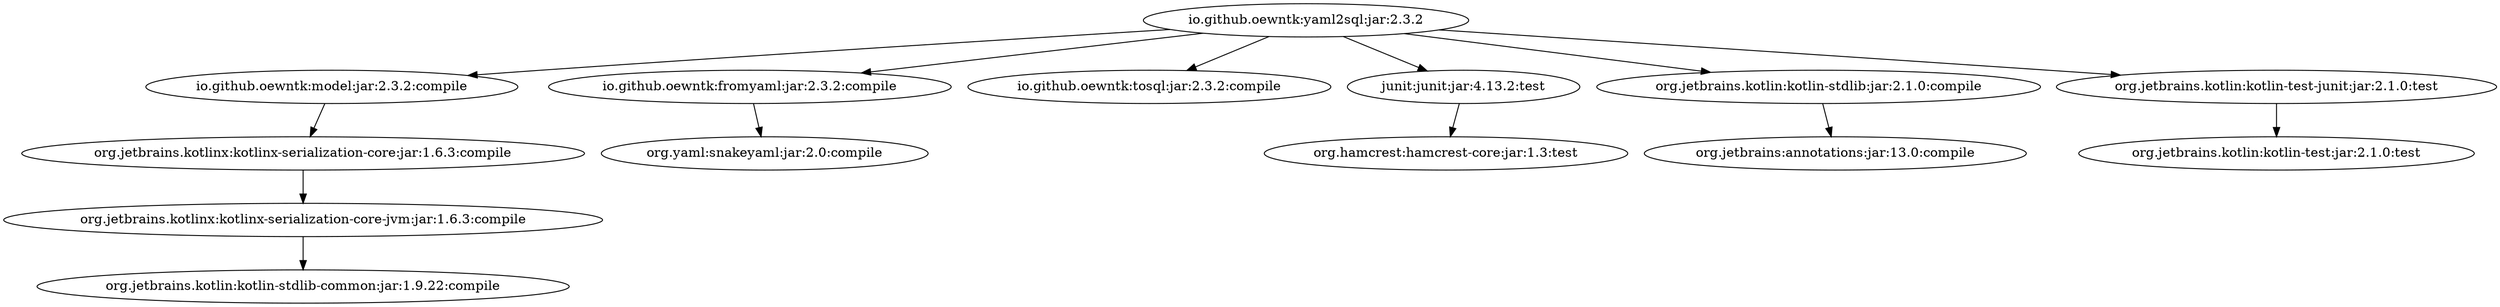
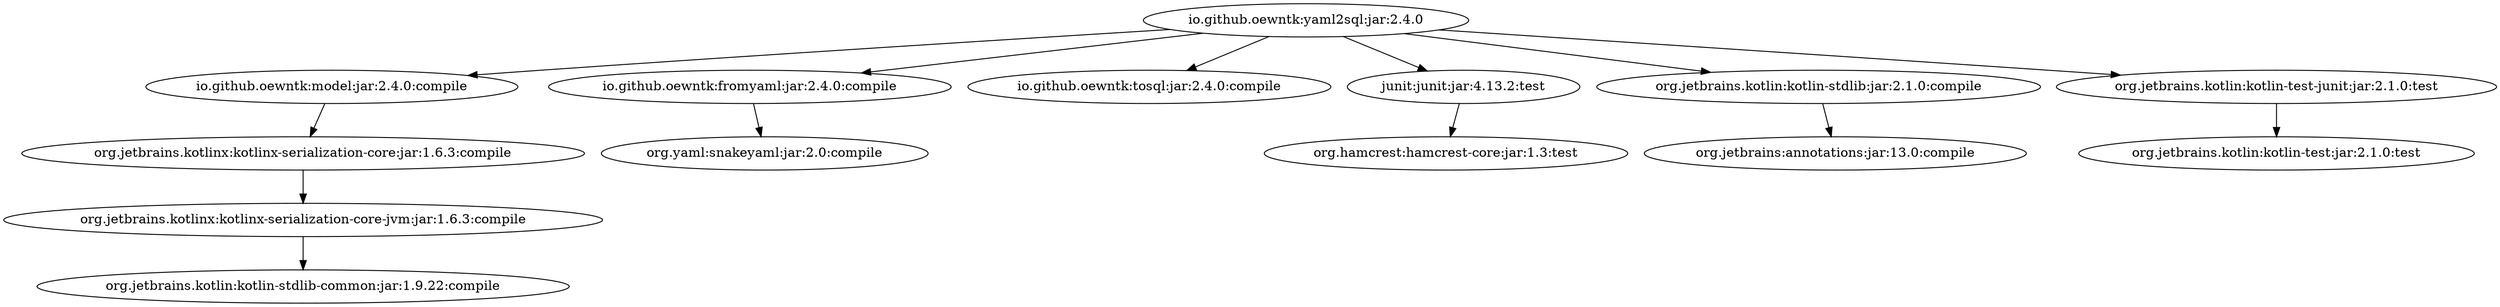
- digraph "io.github.oewntk:yaml2sql:jar:2.3.2" {
- 	"io.github.oewntk:yaml2sql:jar:2.3.2" -> "io.github.oewntk:model:jar:2.3.2:compile" ;
- 	"io.github.oewntk:yaml2sql:jar:2.3.2" -> "io.github.oewntk:fromyaml:jar:2.3.2:compile" ;
- 	"io.github.oewntk:yaml2sql:jar:2.3.2" -> "io.github.oewntk:tosql:jar:2.3.2:compile" ;
- 	"io.github.oewntk:yaml2sql:jar:2.3.2" -> "junit:junit:jar:4.13.2:test" ;
- 	"io.github.oewntk:yaml2sql:jar:2.3.2" -> "org.jetbrains.kotlin:kotlin-stdlib:jar:2.1.0:compile" ;
- 	"io.github.oewntk:yaml2sql:jar:2.3.2" -> "org.jetbrains.kotlin:kotlin-test-junit:jar:2.1.0:test" ;
- 	"io.github.oewntk:model:jar:2.3.2:compile" -> "org.jetbrains.kotlinx:kotlinx-serialization-core:jar:1.6.3:compile" ;
+ digraph "io.github.oewntk:yaml2sql:jar:2.4.0" {
+ 	"io.github.oewntk:yaml2sql:jar:2.4.0" -> "io.github.oewntk:model:jar:2.4.0:compile" ;
+ 	"io.github.oewntk:yaml2sql:jar:2.4.0" -> "io.github.oewntk:fromyaml:jar:2.4.0:compile" ;
+ 	"io.github.oewntk:yaml2sql:jar:2.4.0" -> "io.github.oewntk:tosql:jar:2.4.0:compile" ;
+ 	"io.github.oewntk:yaml2sql:jar:2.4.0" -> "junit:junit:jar:4.13.2:test" ;
+ 	"io.github.oewntk:yaml2sql:jar:2.4.0" -> "org.jetbrains.kotlin:kotlin-stdlib:jar:2.1.0:compile" ;
+ 	"io.github.oewntk:yaml2sql:jar:2.4.0" -> "org.jetbrains.kotlin:kotlin-test-junit:jar:2.1.0:test" ;
+ 	"io.github.oewntk:model:jar:2.4.0:compile" -> "org.jetbrains.kotlinx:kotlinx-serialization-core:jar:1.6.3:compile" ;
	"org.jetbrains.kotlinx:kotlinx-serialization-core:jar:1.6.3:compile" -> "org.jetbrains.kotlinx:kotlinx-serialization-core-jvm:jar:1.6.3:compile" ;
	"org.jetbrains.kotlinx:kotlinx-serialization-core-jvm:jar:1.6.3:compile" -> "org.jetbrains.kotlin:kotlin-stdlib-common:jar:1.9.22:compile" ;
- 	"io.github.oewntk:fromyaml:jar:2.3.2:compile" -> "org.yaml:snakeyaml:jar:2.0:compile" ;
+ 	"io.github.oewntk:fromyaml:jar:2.4.0:compile" -> "org.yaml:snakeyaml:jar:2.0:compile" ;
	"junit:junit:jar:4.13.2:test" -> "org.hamcrest:hamcrest-core:jar:1.3:test" ;
	"org.jetbrains.kotlin:kotlin-stdlib:jar:2.1.0:compile" -> "org.jetbrains:annotations:jar:13.0:compile" ;
	"org.jetbrains.kotlin:kotlin-test-junit:jar:2.1.0:test" -> "org.jetbrains.kotlin:kotlin-test:jar:2.1.0:test" ;
 }